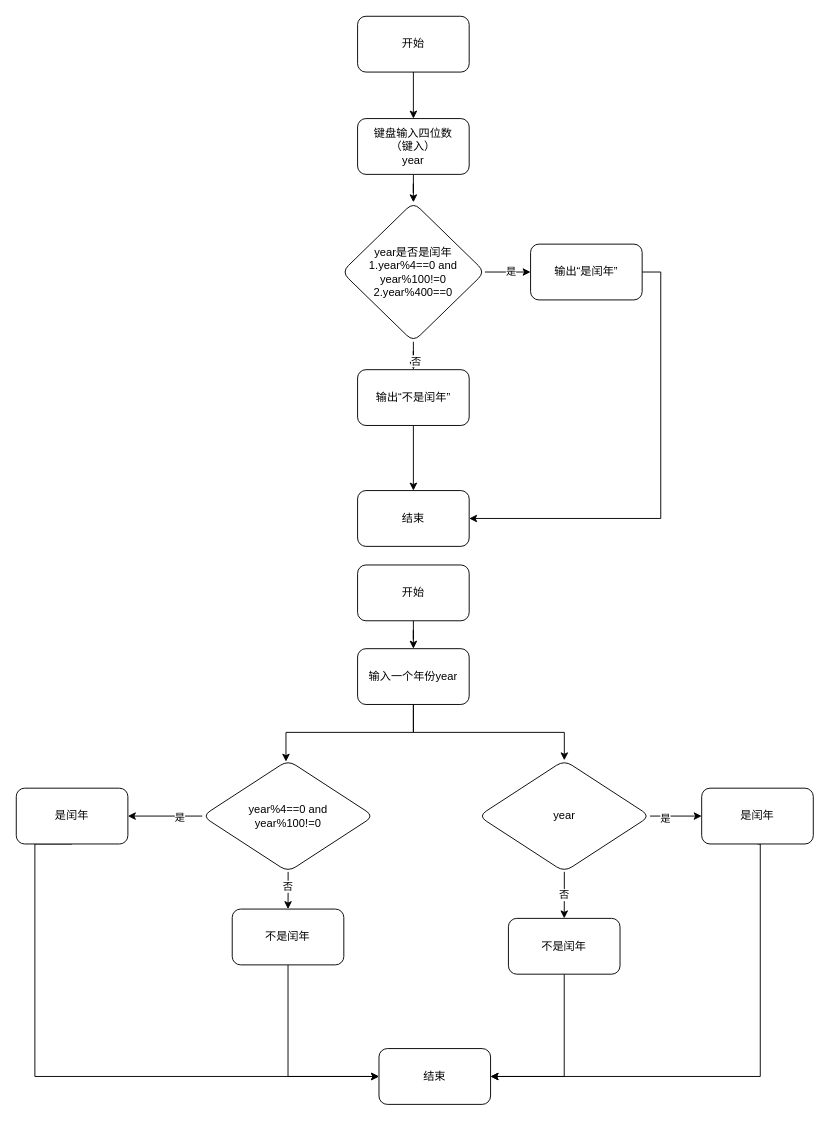
westonZhang/draws keeps this draw.io diagram as if语句例题2_61页.drawio. Above is the earlier version. Source tidied: cells renumbered, new cells numbered last; positions are measured from the earlier drawing's top-left corner, leaving out a move shared by most shapes. Both pictures are drawn from the tidied source at 93%, with x=0, y=0 at pixel (16, 16).
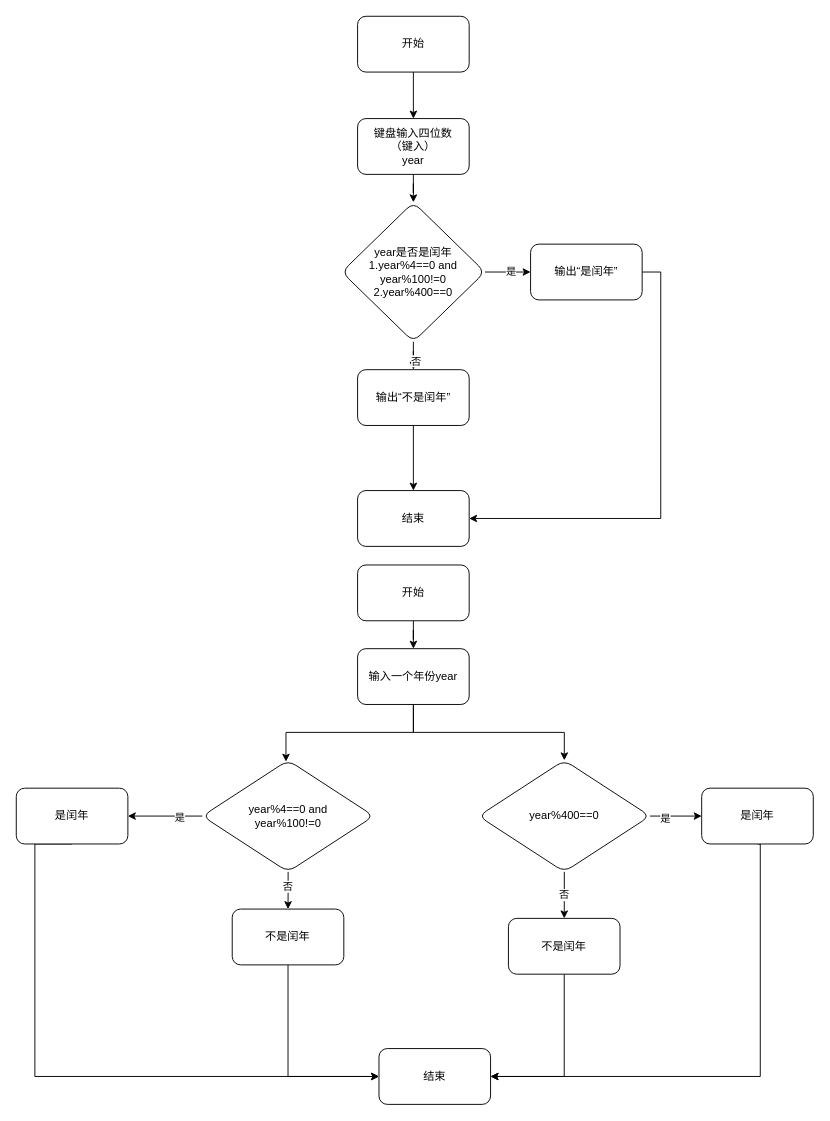
After the change.

Commit message (it also covers changes not shown here):
更新if语句例题2_61页.drawio

The edit, as a diff of the source:
```diff
@@
-    <mxCell id="30" value="year" style="rhombus;whiteSpace=wrap;html=1;rounded=1;" parent="1" vertex="1">
+    <mxCell id="30" value="year%400==0" style="rhombus;whiteSpace=wrap;html=1;rounded=1;" parent="1" vertex="1">
       <mxGeometry x="497" y="800" width="184.5" height="120" as="geometry" />
     </mxCell>
```
